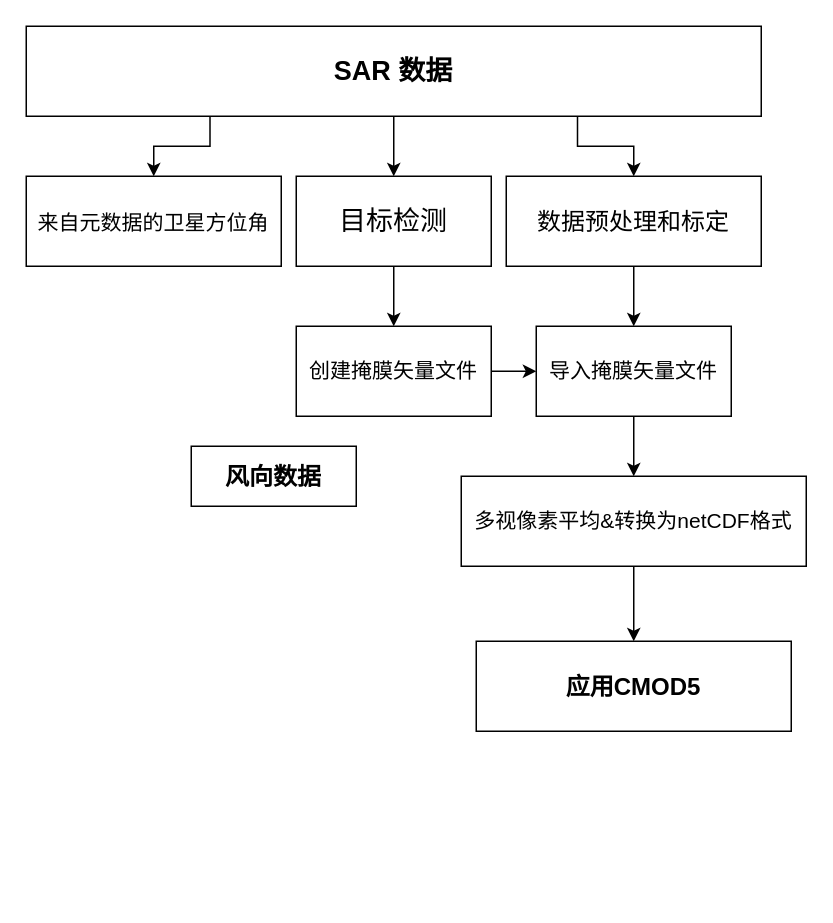
Before: page "风场反演" (1 of 2) of 风场反演.drawio in dorbodwolf/graphs_from_draw.io, a draw.io diagram. Source tidied: cells renumbered, new cells numbered last; positions are measured from the earlier drawing's top-left corner, leaving out a move shared by most shapes. Both pictures are drawn from the tidied source at 150%, with x=0, y=0 at pixel (26, 26).
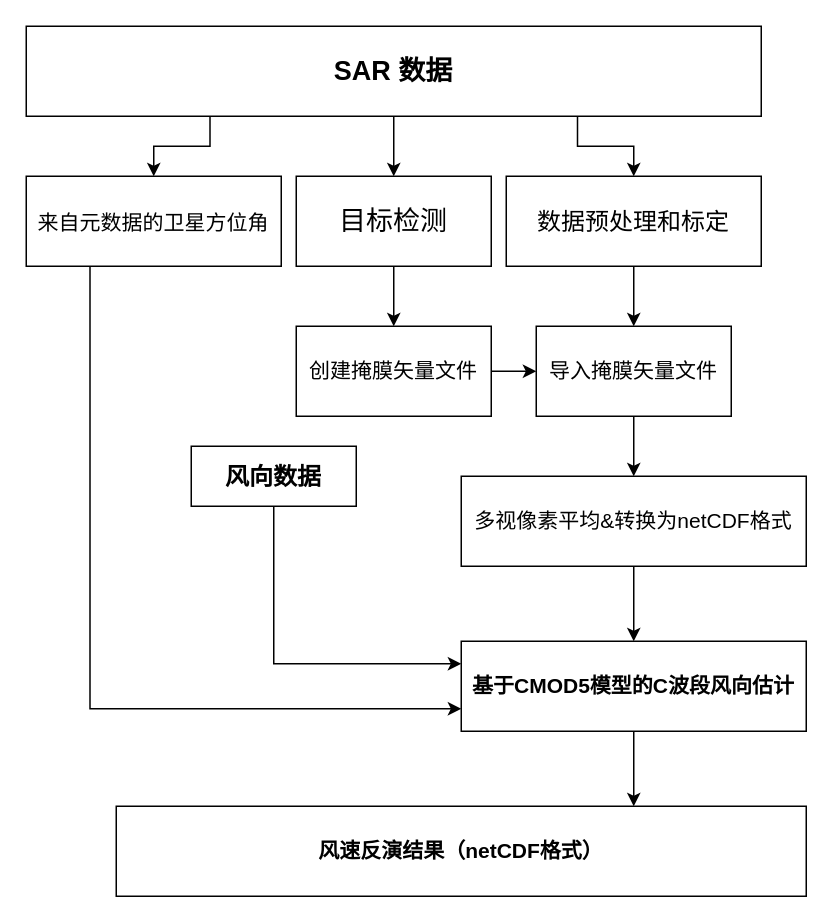
Above is the later version.

Unchanged cells that the change refers to:
```xml
<mxCell id="6" value="&lt;font style=&quot;font-size: 14px&quot;&gt;来自元数据的卫星方位角&lt;/font&gt;" style="rounded=0;whiteSpace=wrap;html=1;fontSize=16;" parent="1" vertex="1">
  <mxGeometry y="100" width="170" height="60" as="geometry" />
</mxCell>
<mxCell id="18" value="&lt;font style=&quot;font-size: 16px&quot;&gt;&lt;b&gt;风向数据&lt;/b&gt;&lt;/font&gt;" style="rounded=0;whiteSpace=wrap;html=1;" parent="1" vertex="1">
  <mxGeometry x="110" y="280" width="110" height="40" as="geometry" />
</mxCell>
```

The edit, as a diff of the source:
```diff
@@
+    <mxCell id="19" style="edgeStyle=orthogonalEdgeStyle;rounded=0;jettySize=auto;html=1;exitX=0.25;exitY=1;exitDx=0;exitDy=0;entryX=0;entryY=0.75;entryDx=0;entryDy=0;" parent="1" edge="1" source="6" target="17">
+      <mxGeometry relative="1" as="geometry" />
+    </mxCell>
@@
+    <mxCell id="20" style="edgeStyle=orthogonalEdgeStyle;rounded=0;jettySize=auto;html=1;exitX=0.5;exitY=1;exitDx=0;exitDy=0;entryX=0.75;entryY=0;entryDx=0;entryDy=0;" parent="1" edge="1" source="17" target="21">
+      <mxGeometry relative="1" as="geometry" />
+    </mxCell>
-    <mxCell id="17" value="&lt;font style=&quot;font-size: 16px&quot;&gt;&lt;b&gt;应用CMOD5&lt;/b&gt;&lt;/font&gt;" style="rounded=0;whiteSpace=wrap;html=1;" parent="1" vertex="1">
-      <mxGeometry x="300" y="410" width="210" height="60" as="geometry" />
+    <mxCell id="17" value="&lt;font style=&quot;font-size: 14px&quot;&gt;&lt;b&gt;基于CMOD5模型的C波段风向估计&lt;/b&gt;&lt;/font&gt;" style="rounded=0;whiteSpace=wrap;html=1;" parent="1" vertex="1">
+      <mxGeometry x="290" y="410" width="230" height="60" as="geometry" />
     </mxCell>
+    <mxCell id="21" value="&lt;span style=&quot;font-size: 14px&quot;&gt;&lt;b&gt;风速反演结果（netCDF格式）&lt;/b&gt;&lt;/span&gt;" style="rounded=0;whiteSpace=wrap;html=1;" parent="1" vertex="1">
+      <mxGeometry x="60" y="520" width="460" height="60" as="geometry" />
+    </mxCell>
+    <mxCell id="22" style="edgeStyle=orthogonalEdgeStyle;rounded=0;jettySize=auto;html=1;exitX=0.5;exitY=1;exitDx=0;exitDy=0;entryX=0;entryY=0.25;entryDx=0;entryDy=0;" parent="1" edge="1" source="18" target="17">
+      <mxGeometry relative="1" as="geometry" />
+    </mxCell>
```
